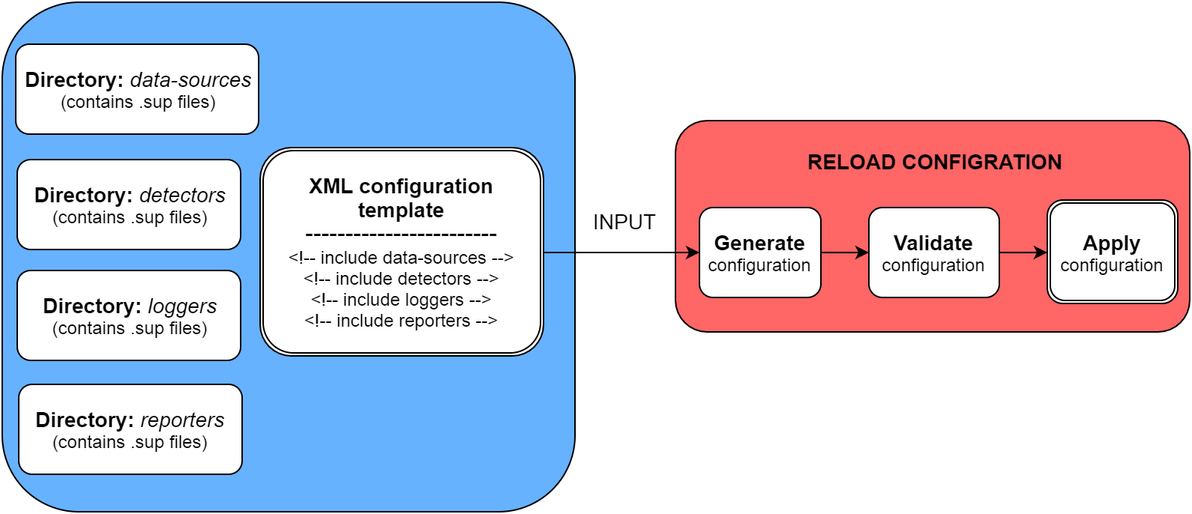
Earlier version of the draw.io export doc/reload-config.png (CESNET/Nemea-Supervisor). Source tidied: cells renumbered, new cells last; positions are measured from the earlier drawing's top-left corner, leaving out a move shared by most shapes.
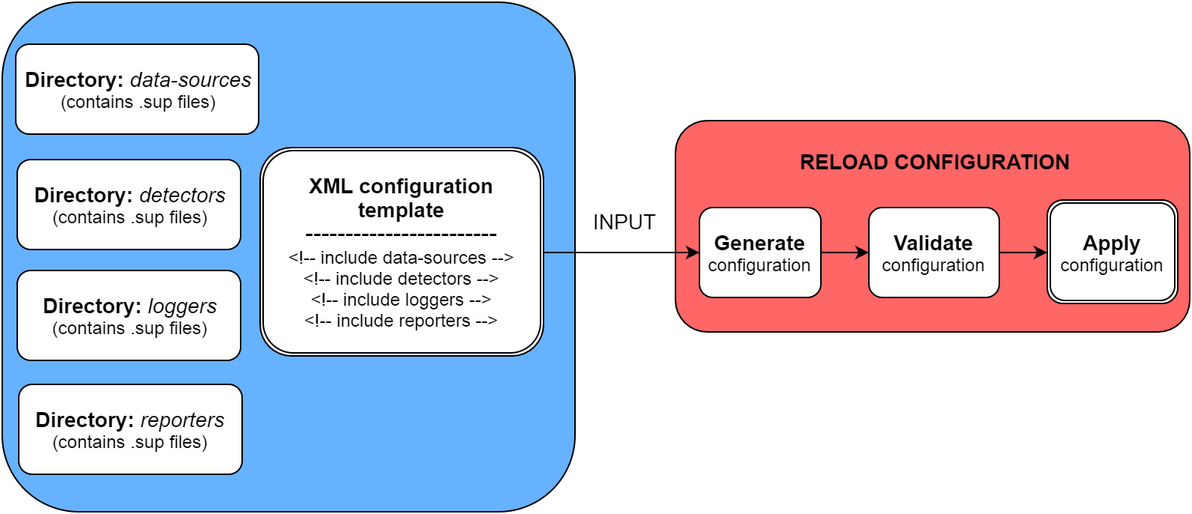
After the commit.

Diff of the diagram source:
```diff
@@ -38,7 +38,7 @@
     <mxCell id="13" style="edgeStyle=orthogonalEdgeStyle;curved=1;rounded=0;html=1;exitX=1;exitY=0.5;entryX=0;entryY=0.5;shadow=0;jettySize=auto;" parent="1" edge="1" source="6" target="9">
       <mxGeometry relative="1" as="geometry" />
     </mxCell>
-    <mxCell id="14" value="&lt;font style=&quot;font-size: 14px&quot;&gt;&lt;b&gt;RELOAD CONFIGRATION&lt;/b&gt;&lt;/font&gt;" style="text;html=1;strokeColor=none;fillColor=none;align=center;verticalAlign=middle;whiteSpace=wrap;overflow=hidden;" parent="1" vertex="1">
+    <mxCell id="14" value="&lt;font style=&quot;font-size: 14px&quot;&gt;&lt;b&gt;RELOAD CONFIGURATION&lt;/b&gt;&lt;/font&gt;" style="text;html=1;strokeColor=none;fillColor=none;align=center;verticalAlign=middle;whiteSpace=wrap;overflow=hidden;" parent="1" vertex="1">
       <mxGeometry x="527" y="86" width="190" height="40" as="geometry" />
     </mxCell>
     <mxCell id="15" value="&lt;div&gt;&lt;font style=&quot;font-size: 14px&quot;&gt;&lt;b&gt;Directory: &lt;/b&gt;&lt;i&gt;loggers&lt;/i&gt;&lt;/font&gt;&lt;/div&gt;&lt;div&gt;(contains .sup files)&lt;/div&gt;" style="rounded=1;whiteSpace=wrap;html=1;fillColor=#FFFFFF;" parent="1" vertex="1">
```
